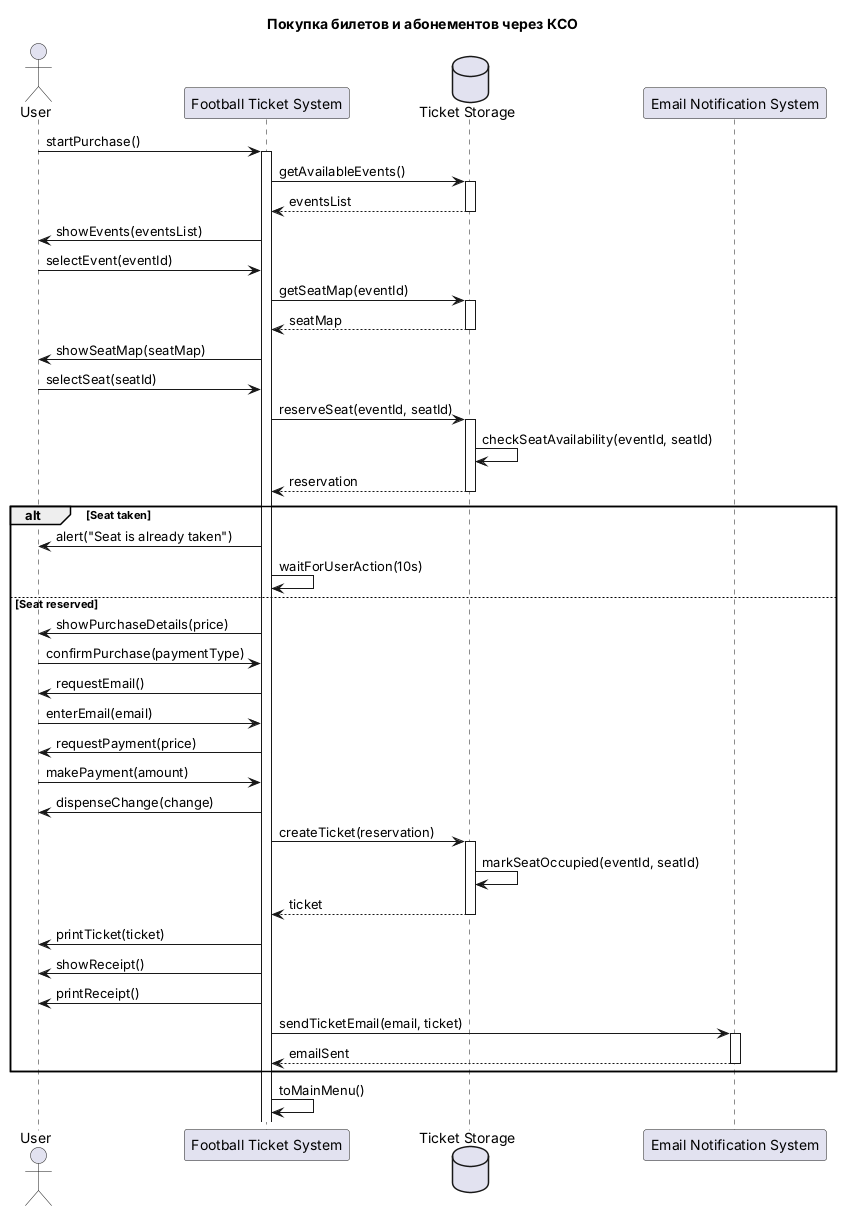
This is source/Диаграмма последовательности - Покупка билетов и абонементов.png from penamarth/bsbo-11-24_team5_var10_football, a PlantUML export, as it was before one commit.
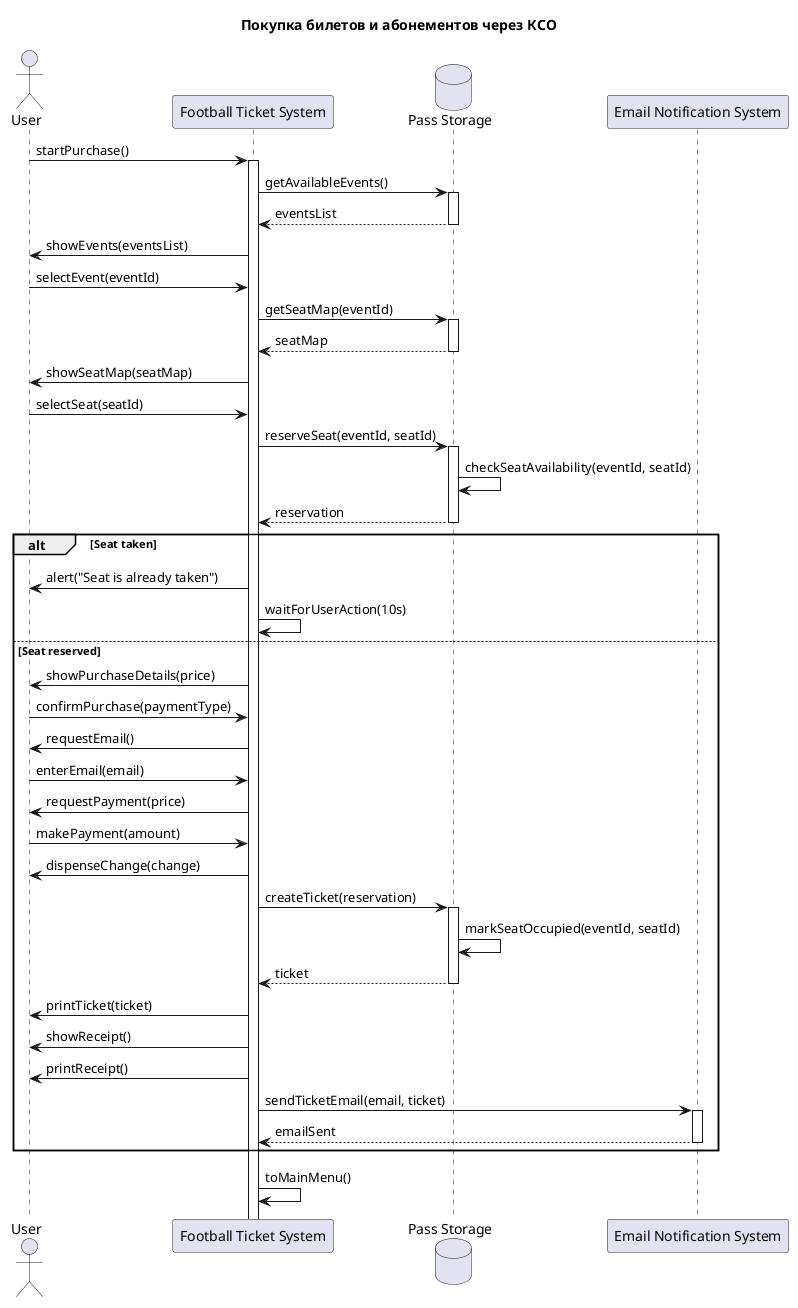
After the change.

Commit message:
Перерисовал PNG диаграмм из plantuml-кода: FTS, Pass Storage, без уровня UI

The edit, as a diff of the source:
```diff
@@ -3,30 +3,30 @@
 
 actor "User" as User
 participant "Football Ticket System" as FTS
-database "Ticket Storage" as TicketStorage
+database "Pass Storage" as PassStorage
 participant "Email Notification System" as EmailSystem
 
 User -> FTS : startPurchase()
 activate FTS
-FTS -> TicketStorage : getAvailableEvents()
-activate TicketStorage
-TicketStorage --> FTS : eventsList
-deactivate TicketStorage
+FTS -> PassStorage : getAvailableEvents()
+activate PassStorage
+PassStorage --> FTS : eventsList
+deactivate PassStorage
 FTS -> User : showEvents(eventsList)
 
 User -> FTS : selectEvent(eventId)
-FTS -> TicketStorage : getSeatMap(eventId)
-activate TicketStorage
-TicketStorage --> FTS : seatMap
-deactivate TicketStorage
+FTS -> PassStorage : getSeatMap(eventId)
+activate PassStorage
+PassStorage --> FTS : seatMap
+deactivate PassStorage
 FTS -> User : showSeatMap(seatMap)
 
 User -> FTS : selectSeat(seatId)
-FTS -> TicketStorage : reserveSeat(eventId, seatId)
-activate TicketStorage
-TicketStorage -> TicketStorage : checkSeatAvailability(eventId, seatId)
-TicketStorage --> FTS : reservation
-deactivate TicketStorage
+FTS -> PassStorage : reserveSeat(eventId, seatId)
+activate PassStorage
+PassStorage -> PassStorage : checkSeatAvailability(eventId, seatId)
+PassStorage --> FTS : reservation
+deactivate PassStorage
 
 alt Seat taken
     FTS -> User : alert("Seat is already taken")
@@ -40,11 +40,11 @@
     User -> FTS : makePayment(amount)
     FTS -> User : dispenseChange(change)
 
-    FTS -> TicketStorage : createTicket(reservation)
-    activate TicketStorage
-    TicketStorage -> TicketStorage : markSeatOccupied(eventId, seatId)
-    TicketStorage --> FTS : ticket
-    deactivate TicketStorage
+    FTS -> PassStorage : createTicket(reservation)
+    activate PassStorage
+    PassStorage -> PassStorage : markSeatOccupied(eventId, seatId)
+    PassStorage --> FTS : ticket
+    deactivate PassStorage
 
     FTS -> User : printTicket(ticket)
     FTS -> User : showReceipt()
```
